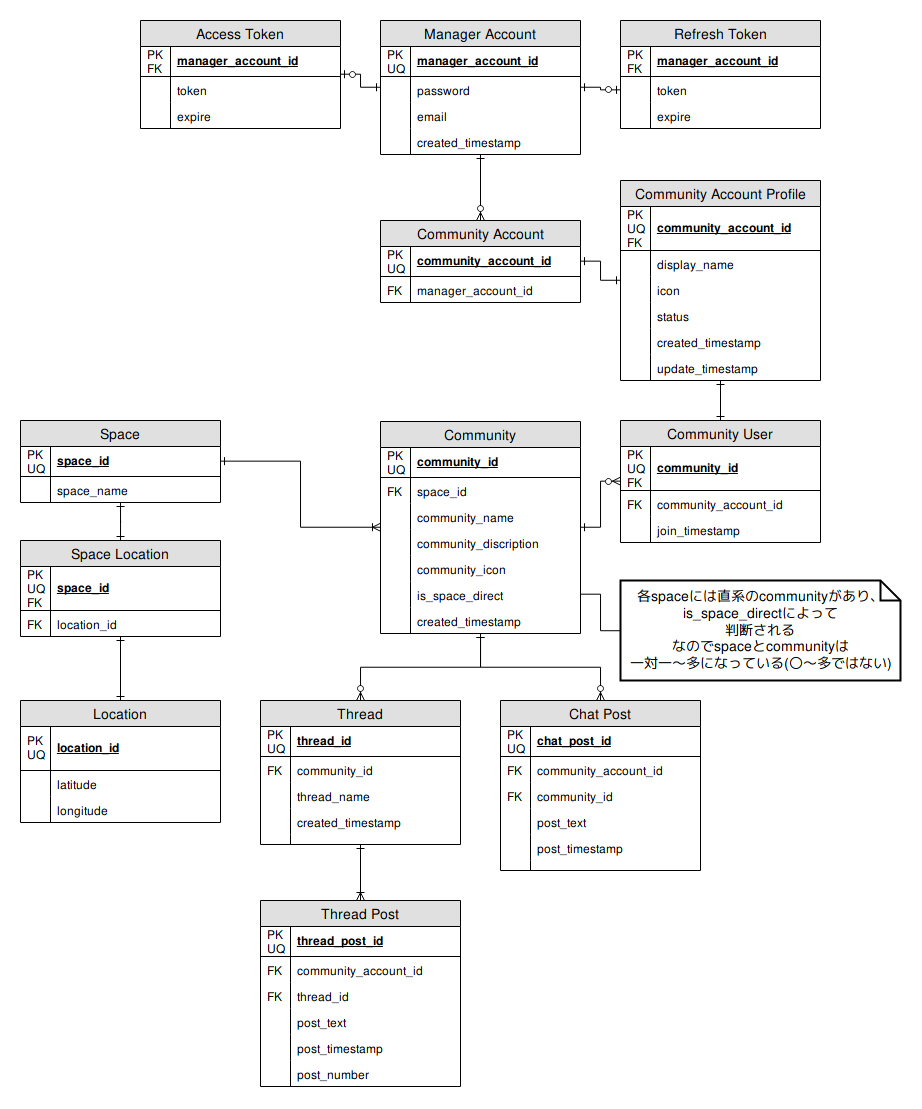
Before: docs/commupace_db.png, a diagram exported from draw.io (Marco3jp/commupace). Source tidied: cells renumbered, new cells last; positions are measured from the earlier drawing's top-left corner, leaving out a move shared by most shapes.
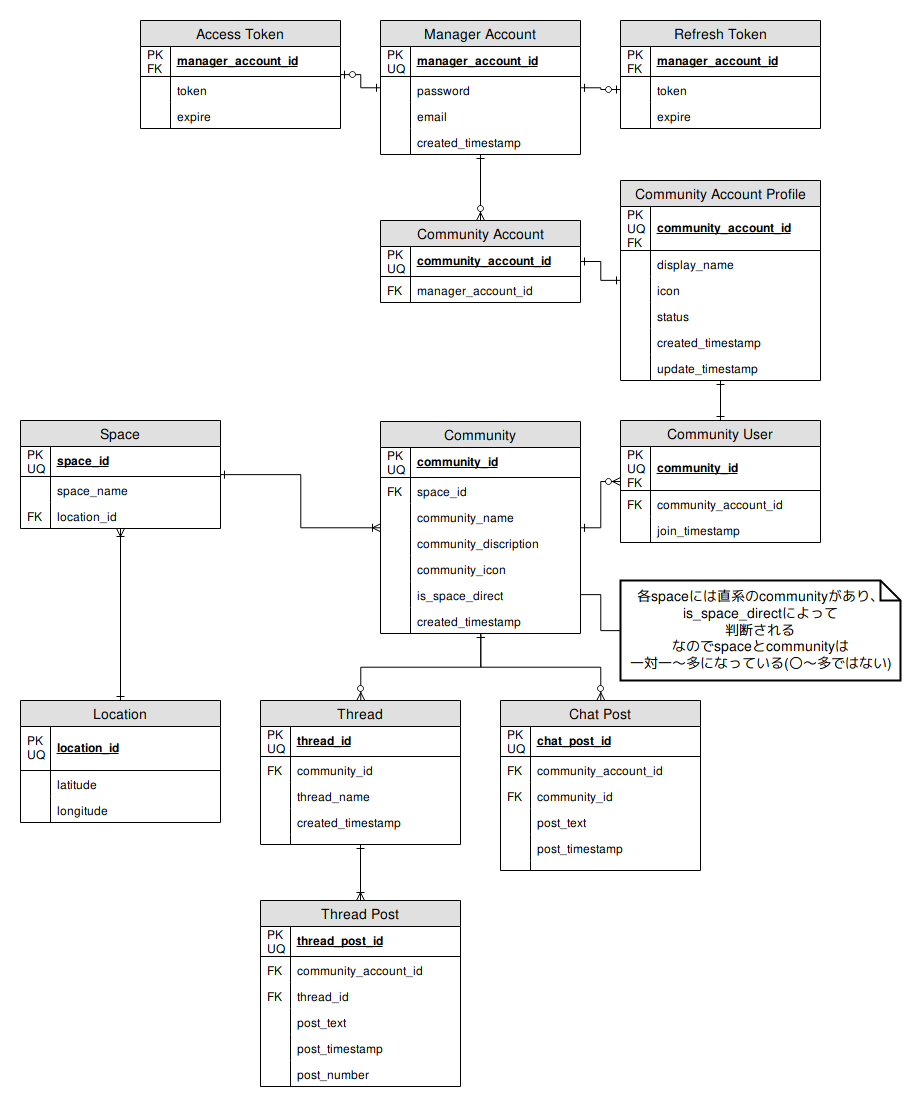
Later version of the same file.

Commit message:
不要な中間テーブルを用意していたので修正しました

Change to the diagram source:
```diff
@@ -140,11 +140,11 @@
     <mxCell id="47" style="edgeStyle=orthogonalEdgeStyle;rounded=0;jettySize=auto;html=1;startArrow=ERone;startFill=0;endArrow=ERoneToMany;endFill=0;" parent="1" edge="1" source="49" target="56">
       <mxGeometry relative="1" as="geometry" />
     </mxCell>
-    <mxCell id="48" style="edgeStyle=orthogonalEdgeStyle;rounded=0;jettySize=auto;html=1;startArrow=ERone;startFill=0;endArrow=ERone;endFill=0;" parent="1" edge="1" source="49" target="128">
-      <mxGeometry relative="1" as="geometry" />
-    </mxCell>
+    <mxCell id="133" style="edgeStyle=orthogonalEdgeStyle;rounded=0;jettySize=auto;html=1;startArrow=ERoneToMany;startFill=0;endArrow=ERone;endFill=0;" parent="1" edge="1" source="49" target="80">
+      <mxGeometry relative="1" as="geometry" />
+    </mxCell>
     <mxCell id="49" value="Space" style="swimlane;fontStyle=0;horizontal=1;startSize=26;fillColor=#e0e0e0;swimlaneFillColor=#ffffff;align=center;fontSize=14;" parent="1" vertex="1">
-      <mxGeometry y="400" width="200" height="82" as="geometry" />
+      <mxGeometry y="400" width="200" height="108" as="geometry" />
     </mxCell>
     <mxCell id="50" value="space_id" style="shape=partialRectangle;top=0;left=0;right=0;bottom=1;align=left;verticalAlign=middle;fillColor=none;spacingLeft=34;spacingRight=4;overflow=hidden;fontStyle=5;fontSize=12;" parent="49" vertex="1">
       <mxGeometry y="26" width="200" height="30" as="geometry" />
@@ -158,6 +158,12 @@
     <mxCell id="53" style="shape=partialRectangle;top=0;left=0;bottom=0;fillColor=none;align=left;verticalAlign=top;spacingLeft=4;spacingRight=4;overflow=hidden;fontSize=12;" parent="52" vertex="1">
       <mxGeometry width="30" height="26" as="geometry" />
     </mxCell>
+    <mxCell id="131" value="location_id" style="shape=partialRectangle;top=0;left=0;right=0;bottom=0;align=left;verticalAlign=top;fillColor=none;spacingLeft=34;spacingRight=4;overflow=hidden;fontSize=12;" parent="49" vertex="1">
+      <mxGeometry y="82" width="200" height="26" as="geometry" />
+    </mxCell>
+    <mxCell id="132" value="FK" style="shape=partialRectangle;top=0;left=0;bottom=0;fillColor=none;align=left;verticalAlign=top;spacingLeft=4;spacingRight=4;overflow=hidden;fontSize=12;" parent="131" vertex="1">
+      <mxGeometry width="30" height="26" as="geometry" />
+    </mxCell>
     <mxCell id="54" style="edgeStyle=orthogonalEdgeStyle;rounded=0;jettySize=auto;html=1;startArrow=ERone;startFill=0;endArrow=ERzeroToMany;endFill=1;" parent="1" edge="1" source="56" target="72">
       <mxGeometry relative="1" as="geometry" />
     </mxCell>
@@ -233,9 +239,6 @@
     <mxCell id="78" style="shape=partialRectangle;top=0;left=0;bottom=0;fillColor=none;align=left;verticalAlign=top;spacingLeft=4;spacingRight=4;overflow=hidden;fontSize=12;" parent="77" vertex="1">
       <mxGeometry width="30" height="26" as="geometry" />
     </mxCell>
-    <mxCell id="79" style="edgeStyle=orthogonalEdgeStyle;rounded=0;jettySize=auto;html=1;startArrow=ERone;startFill=0;endArrow=ERone;endFill=0;" parent="1" edge="1" source="80" target="128">
-      <mxGeometry relative="1" as="geometry" />
-    </mxCell>
     <mxCell id="80" value="Location" style="swimlane;fontStyle=0;horizontal=1;startSize=26;fillColor=#e0e0e0;swimlaneFillColor=#ffffff;align=center;fontSize=14;" parent="1" vertex="1">
       <mxGeometry y="680" width="200" height="122" as="geometry" />
     </mxCell>
@@ -380,20 +383,5 @@
     <mxCell id="127" value="&lt;div&gt;各spaceには直系のcommunityがあり、&lt;/div&gt;&lt;div&gt;is_space_directによって&lt;/div&gt;&lt;div&gt;判断される&lt;br&gt;&lt;/div&gt;&lt;div&gt;なのでspaceとcommunityは&lt;/div&gt;&lt;div&gt;一対一〜多になっている(〇〜多ではない)&lt;/div&gt;" style="shape=note;strokeWidth=2;fontSize=14;size=20;whiteSpace=wrap;html=1;" parent="1" vertex="1">
       <mxGeometry x="600" y="560" width="280" height="100" as="geometry" />
     </mxCell>
-    <mxCell id="128" value="Space Location" style="swimlane;fontStyle=0;horizontal=1;startSize=26;fillColor=#e0e0e0;swimlaneFillColor=#ffffff;align=center;fontSize=14;" parent="1" vertex="1">
-      <mxGeometry y="520" width="200" height="96" as="geometry" />
-    </mxCell>
-    <mxCell id="129" value="space_id" style="shape=partialRectangle;top=0;left=0;right=0;bottom=1;align=left;verticalAlign=middle;fillColor=none;spacingLeft=34;spacingRight=4;overflow=hidden;fontStyle=5;fontSize=12;" parent="128" vertex="1">
-      <mxGeometry y="26" width="200" height="44" as="geometry" />
-    </mxCell>
-    <mxCell id="130" value="PK&#10;UQ&#10;FK&#10;" style="shape=partialRectangle;top=0;left=0;bottom=0;fillColor=none;align=left;verticalAlign=middle;spacingLeft=4;spacingRight=4;overflow=hidden;fontSize=12;" parent="129" vertex="1">
-      <mxGeometry width="30" height="44" as="geometry" />
-    </mxCell>
-    <mxCell id="131" value="location_id" style="shape=partialRectangle;top=0;left=0;right=0;bottom=0;align=left;verticalAlign=top;fillColor=none;spacingLeft=34;spacingRight=4;overflow=hidden;fontSize=12;" parent="128" vertex="1">
-      <mxGeometry y="70" width="200" height="26" as="geometry" />
-    </mxCell>
-    <mxCell id="132" value="FK" style="shape=partialRectangle;top=0;left=0;bottom=0;fillColor=none;align=left;verticalAlign=top;spacingLeft=4;spacingRight=4;overflow=hidden;fontSize=12;" parent="131" vertex="1">
-      <mxGeometry width="30" height="26" as="geometry" />
-    </mxCell>
   </root>
 </mxGraphModel>
```
